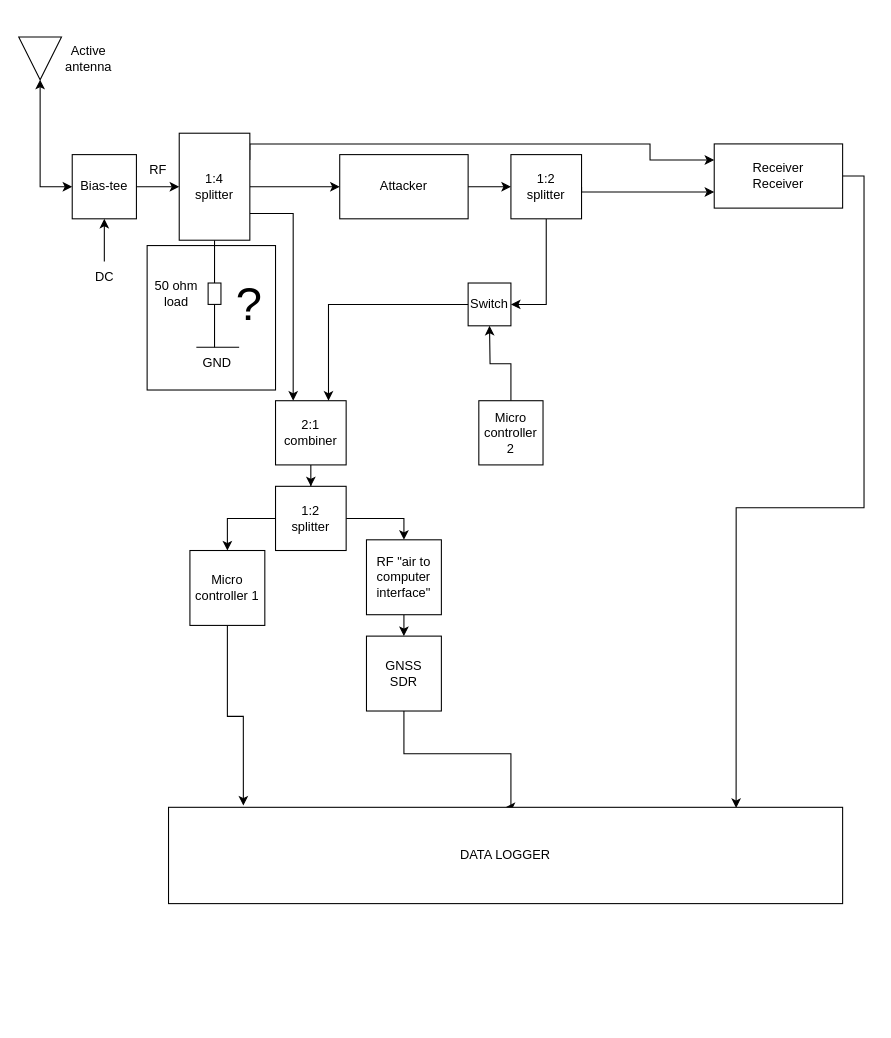
Earlier version of the draw.io diagram page "Radio Circuit" (3 of 3) of GNSS Datalogger Blockdiagram.drawio (torejohansson97/tightly-coupled-gnss-data-logger). Source tidied: cells renumbered, new cells numbered last; positions are measured from the earlier drawing's top-left corner, leaving out a move shared by most shapes. Both pictures are drawn from the tidied source at 107%, with x=0, y=0 at pixel (18, 36).
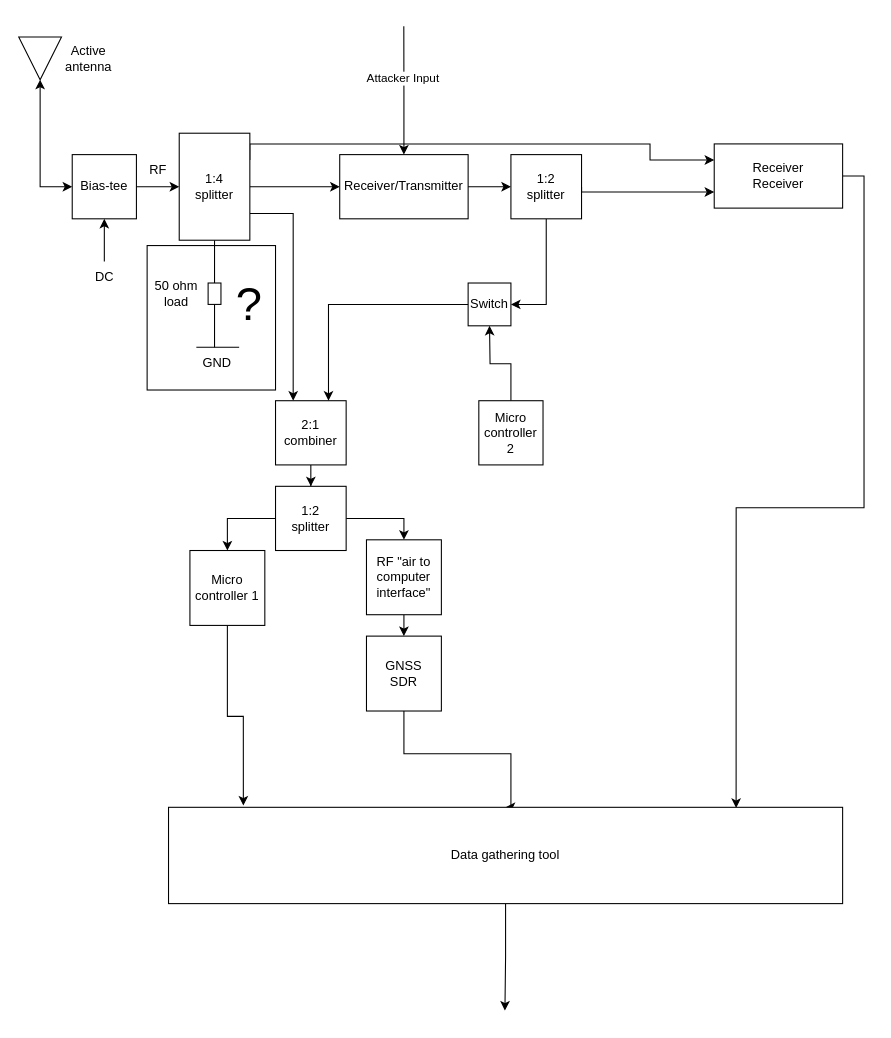
After the change.

Commit message:
Mettre à jour GNSS Datalogger Blockdiagram.drawio

Change to the diagram source:
```diff
@@
+    <mxCell id="45" style="edgeStyle=orthogonalEdgeStyle;rounded=0;jettySize=auto;html=1;exitX=0.5;exitY=0;exitDx=0;exitDy=0;endArrow=none;endFill=0;startArrow=classic;startFill=1;" parent="1" edge="1" source="14">
+      <mxGeometry relative="1" as="geometry">
+        <mxPoint x="359.9" y="-10" as="targetPoint" />
+      </mxGeometry>
+    </mxCell>
+    <mxCell id="46" value="Attacker Input" style="edgeLabel;html=1;align=center;verticalAlign=middle;" parent="45" vertex="1">
+      <mxGeometry x="0.19" y="2" relative="1" as="geometry" />
+    </mxCell>
-    <mxCell id="14" value="Attacker" style="whiteSpace=wrap;html=1;" parent="1" vertex="1">
+    <mxCell id="14" value="Receiver/Transmitter" style="whiteSpace=wrap;html=1;" parent="1" vertex="1">
       <mxGeometry x="300" y="110" width="120" height="60" as="geometry" />
     </mxCell>
@@
+    <mxCell id="47" style="edgeStyle=orthogonalEdgeStyle;rounded=0;jettySize=auto;html=1;exitX=0.5;exitY=1;exitDx=0;exitDy=0;" parent="1" edge="1" source="41">
+      <mxGeometry relative="1" as="geometry">
+        <mxPoint x="454.4" y="910" as="targetPoint" />
+      </mxGeometry>
+    </mxCell>
-    <mxCell id="41" value="DATA LOGGER" style="rounded=0;whiteSpace=wrap;html=1;" parent="1" vertex="1">
+    <mxCell id="41" value="Data gathering tool" style="rounded=0;whiteSpace=wrap;html=1;" parent="1" vertex="1">
       <mxGeometry x="140" y="720" width="630" height="90" as="geometry" />
     </mxCell>
```
